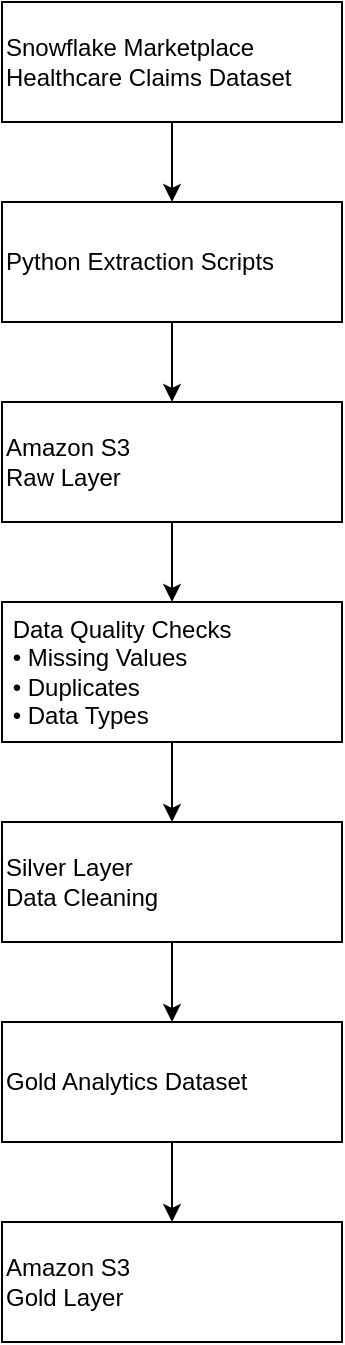
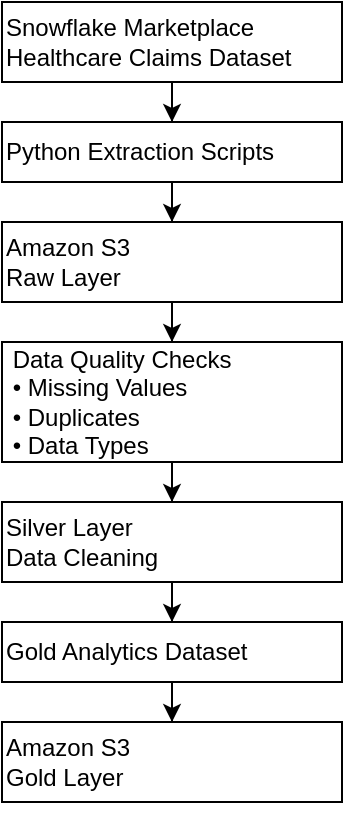
<mxfile host="app.diagrams.net">
  <diagram name="Page-1" id="PEBJieO9KMOsQqewoi1e">
    <mxGraphModel dx="841" dy="708" grid="1" gridSize="10" guides="1" tooltips="1" connect="1" arrows="1" fold="1" page="1" pageScale="1" pageWidth="850" pageHeight="1100" math="0" shadow="0">
      <root>
        <mxCell id="0" />
        <mxCell id="1" parent="0" />
        <mxCell id="EM-FMZoAAsXllJCj7NHg-8" edge="1" parent="1" source="EM-FMZoAAsXllJCj7NHg-1" style="edgeStyle=orthogonalEdgeStyle;rounded=0;orthogonalLoop=1;jettySize=auto;html=1;" target="EM-FMZoAAsXllJCj7NHg-2" value="">
          <mxGeometry relative="1" as="geometry" />
        </mxCell>
        <mxCell id="EM-FMZoAAsXllJCj7NHg-1" parent="1" style="rounded=0;whiteSpace=wrap;html=1;align=left;" value="Snowflake Marketplace&amp;nbsp; Healthcare Claims Dataset" vertex="1">
-           <mxGeometry height="60" width="170" x="220" y="20" as="geometry" />
+           <mxGeometry height="40" width="170" x="220" y="250" as="geometry" />
        </mxCell>
        <mxCell id="EM-FMZoAAsXllJCj7NHg-9" edge="1" parent="1" source="EM-FMZoAAsXllJCj7NHg-2" style="edgeStyle=orthogonalEdgeStyle;rounded=0;orthogonalLoop=1;jettySize=auto;html=1;" target="EM-FMZoAAsXllJCj7NHg-3" value="">
          <mxGeometry relative="1" as="geometry" />
        </mxCell>
        <mxCell id="EM-FMZoAAsXllJCj7NHg-2" parent="1" style="rounded=0;whiteSpace=wrap;html=1;align=left;" value="Python Extraction Scripts&amp;nbsp;&amp;nbsp;" vertex="1">
-           <mxGeometry height="60" width="170" x="220" y="120" as="geometry" />
+           <mxGeometry height="30" width="170" x="220" y="310" as="geometry" />
        </mxCell>
        <mxCell id="EM-FMZoAAsXllJCj7NHg-10" edge="1" parent="1" source="EM-FMZoAAsXllJCj7NHg-3" style="edgeStyle=orthogonalEdgeStyle;rounded=0;orthogonalLoop=1;jettySize=auto;html=1;" target="EM-FMZoAAsXllJCj7NHg-4" value="">
          <mxGeometry relative="1" as="geometry" />
        </mxCell>
        <mxCell id="EM-FMZoAAsXllJCj7NHg-3" parent="1" style="rounded=0;whiteSpace=wrap;html=1;align=left;" value="Amazon S3&amp;nbsp;&lt;div&gt;Raw Layer&amp;nbsp;&lt;/div&gt;" vertex="1">
-           <mxGeometry height="60" width="170" x="220" y="220" as="geometry" />
+           <mxGeometry height="40" width="170" x="220" y="360" as="geometry" />
        </mxCell>
        <mxCell id="EM-FMZoAAsXllJCj7NHg-11" edge="1" parent="1" source="EM-FMZoAAsXllJCj7NHg-4" style="edgeStyle=orthogonalEdgeStyle;rounded=0;orthogonalLoop=1;jettySize=auto;html=1;" target="EM-FMZoAAsXllJCj7NHg-5" value="">
          <mxGeometry relative="1" as="geometry" />
        </mxCell>
        <mxCell id="EM-FMZoAAsXllJCj7NHg-4" parent="1" style="rounded=0;whiteSpace=wrap;html=1;align=left;" value="&amp;nbsp;Data Quality Checks&amp;nbsp;&lt;br&gt;&amp;nbsp;• Missing Values&lt;div&gt;&amp;nbsp;&lt;span style=&quot;background-color: transparent; color: light-dark(rgb(0, 0, 0), rgb(255, 255, 255));&quot;&gt;• Duplicates&amp;nbsp;&lt;/span&gt;&lt;div&gt;&amp;nbsp;• Data Types&amp;nbsp; &amp;nbsp; &amp;nbsp;&lt;/div&gt;&lt;/div&gt;" vertex="1">
-           <mxGeometry height="70" width="170" x="220" y="320" as="geometry" />
+           <mxGeometry height="60" width="170" x="220" y="420" as="geometry" />
        </mxCell>
        <mxCell id="EM-FMZoAAsXllJCj7NHg-13" edge="1" parent="1" source="EM-FMZoAAsXllJCj7NHg-5" style="edgeStyle=orthogonalEdgeStyle;rounded=0;orthogonalLoop=1;jettySize=auto;html=1;" target="EM-FMZoAAsXllJCj7NHg-6" value="">
          <mxGeometry relative="1" as="geometry" />
        </mxCell>
        <mxCell id="EM-FMZoAAsXllJCj7NHg-5" parent="1" style="rounded=0;whiteSpace=wrap;html=1;align=left;" value="Silver Layer&amp;nbsp;&lt;div&gt;Data Cleaning&lt;/div&gt;" vertex="1">
-           <mxGeometry height="60" width="170" x="220" y="430" as="geometry" />
+           <mxGeometry height="40" width="170" x="220" y="500" as="geometry" />
        </mxCell>
        <mxCell id="EM-FMZoAAsXllJCj7NHg-12" edge="1" parent="1" source="EM-FMZoAAsXllJCj7NHg-6" style="edgeStyle=orthogonalEdgeStyle;rounded=0;orthogonalLoop=1;jettySize=auto;html=1;" target="EM-FMZoAAsXllJCj7NHg-7" value="">
          <mxGeometry relative="1" as="geometry" />
        </mxCell>
        <mxCell id="EM-FMZoAAsXllJCj7NHg-6" parent="1" style="rounded=0;whiteSpace=wrap;html=1;align=left;" value="Gold Analytics Dataset&amp;nbsp;" vertex="1">
-           <mxGeometry height="60" width="170" x="220" y="530" as="geometry" />
+           <mxGeometry height="30" width="170" x="220" y="560" as="geometry" />
        </mxCell>
        <mxCell id="EM-FMZoAAsXllJCj7NHg-7" parent="1" style="rounded=0;whiteSpace=wrap;html=1;align=left;" value="&lt;br&gt;Amazon S3&amp;nbsp;&lt;br&gt;Gold Layer  &lt;div&gt;&lt;br/&gt;&lt;/div&gt;" vertex="1">
-           <mxGeometry height="60" width="170" x="220" y="630" as="geometry" />
+           <mxGeometry height="40" width="170" x="220" y="610" as="geometry" />
        </mxCell>
      </root>
    </mxGraphModel>
  </diagram>
</mxfile>
